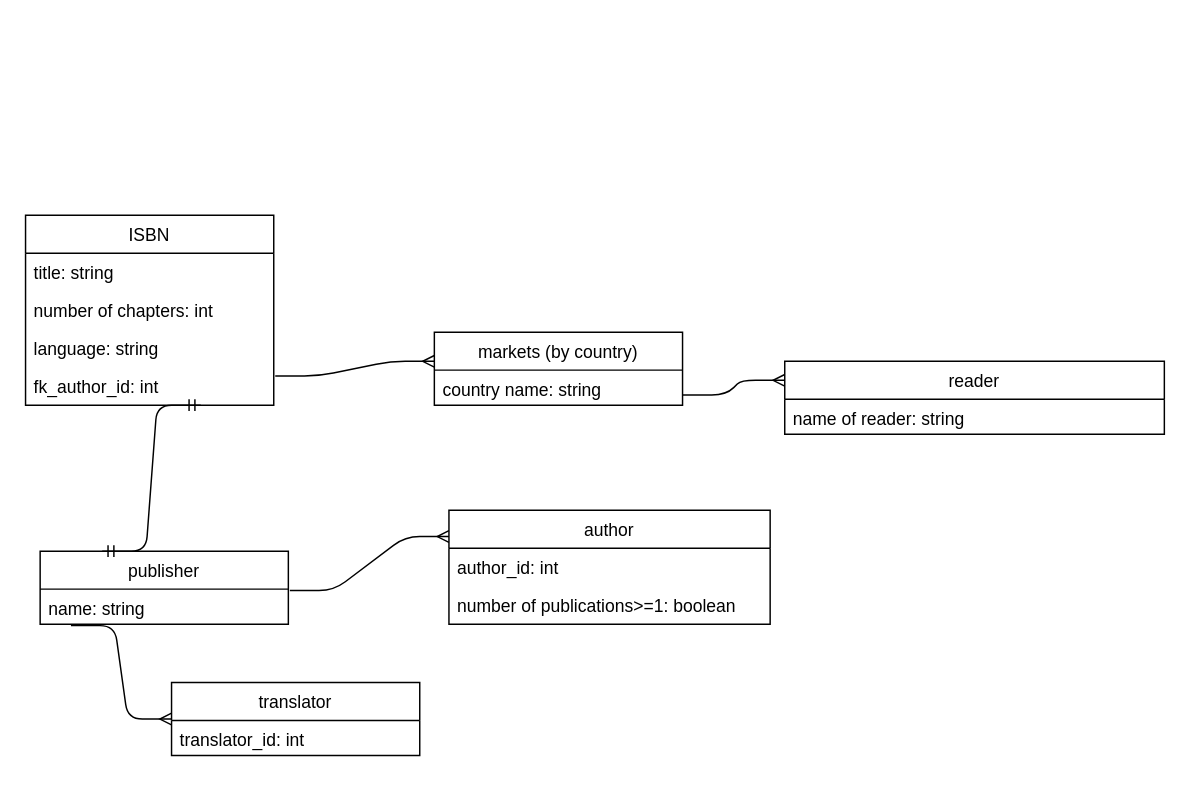
Above: DatabaseDev_Ex1_step3.drawio in Carina20/CFLMS-DatabaseDev-Carina (draw.io), before the change. Source tidied: cells renumbered, new cells numbered last; positions are measured from the earlier drawing's top-left corner, leaving out a move shared by most shapes. Both pictures are drawn from the tidied source at 146%, with x=0, y=0 at pixel (25, 215).
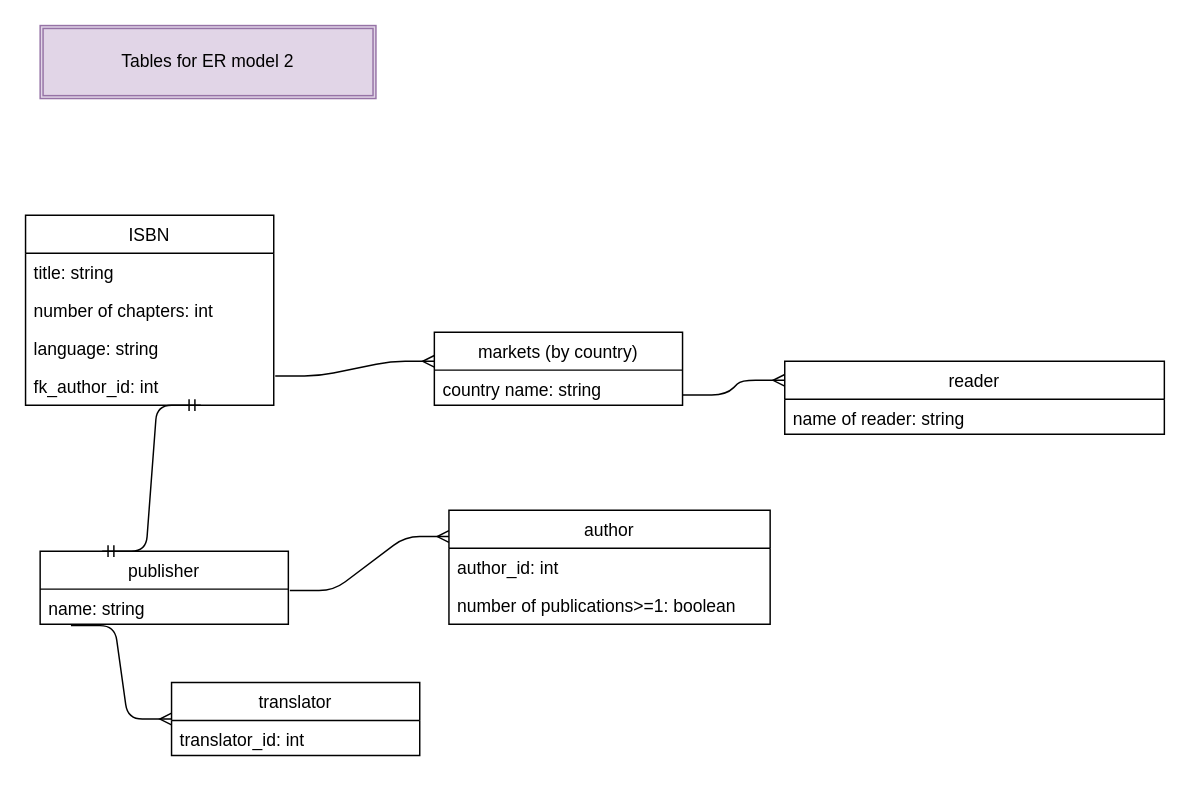
After the change.

Commit message (it also covers changes not shown here):
added title to step 3 pdf

What changed in the source:
```diff
@@
+    <mxCell id="23" value="Tables for ER model 2" style="shape=ext;double=1;rounded=0;whiteSpace=wrap;html=1;fillColor=#e1d5e7;strokeColor=#9673a6;" parent="1" vertex="1">
+      <mxGeometry x="10" y="-130" width="230" height="50" as="geometry" />
+    </mxCell>
```
